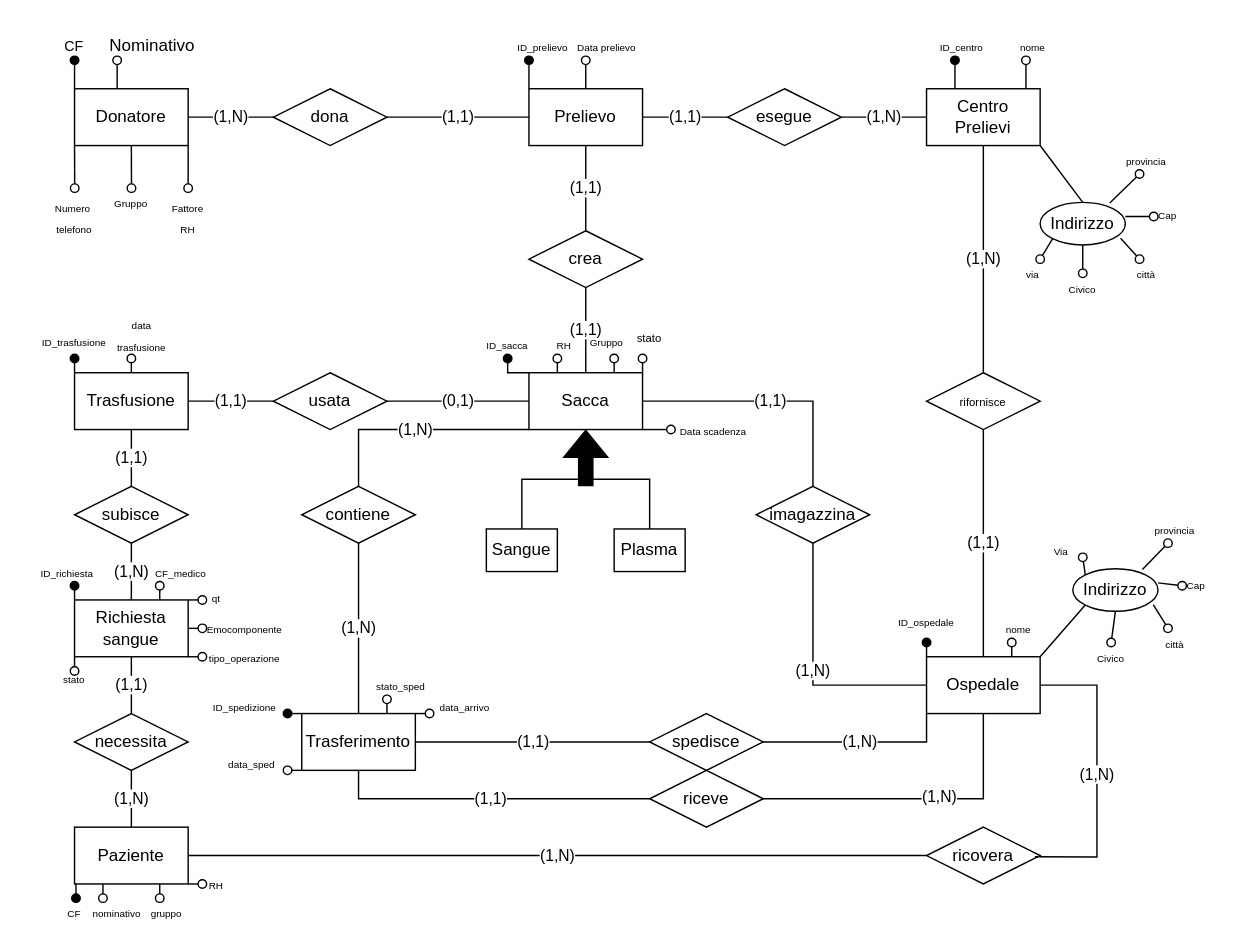
This is BancaDelSangue.drawio from giovanniveronese07-del/ProgettoBasiDiDati, a draw.io file, before an edit. Source tidied: cells renumbered, new cells numbered last; positions are measured from the earlier drawing's top-left corner, leaving out a move shared by most shapes. Both pictures are drawn from the tidied source at 142%, with x=0, y=0 at pixel (24, 24).
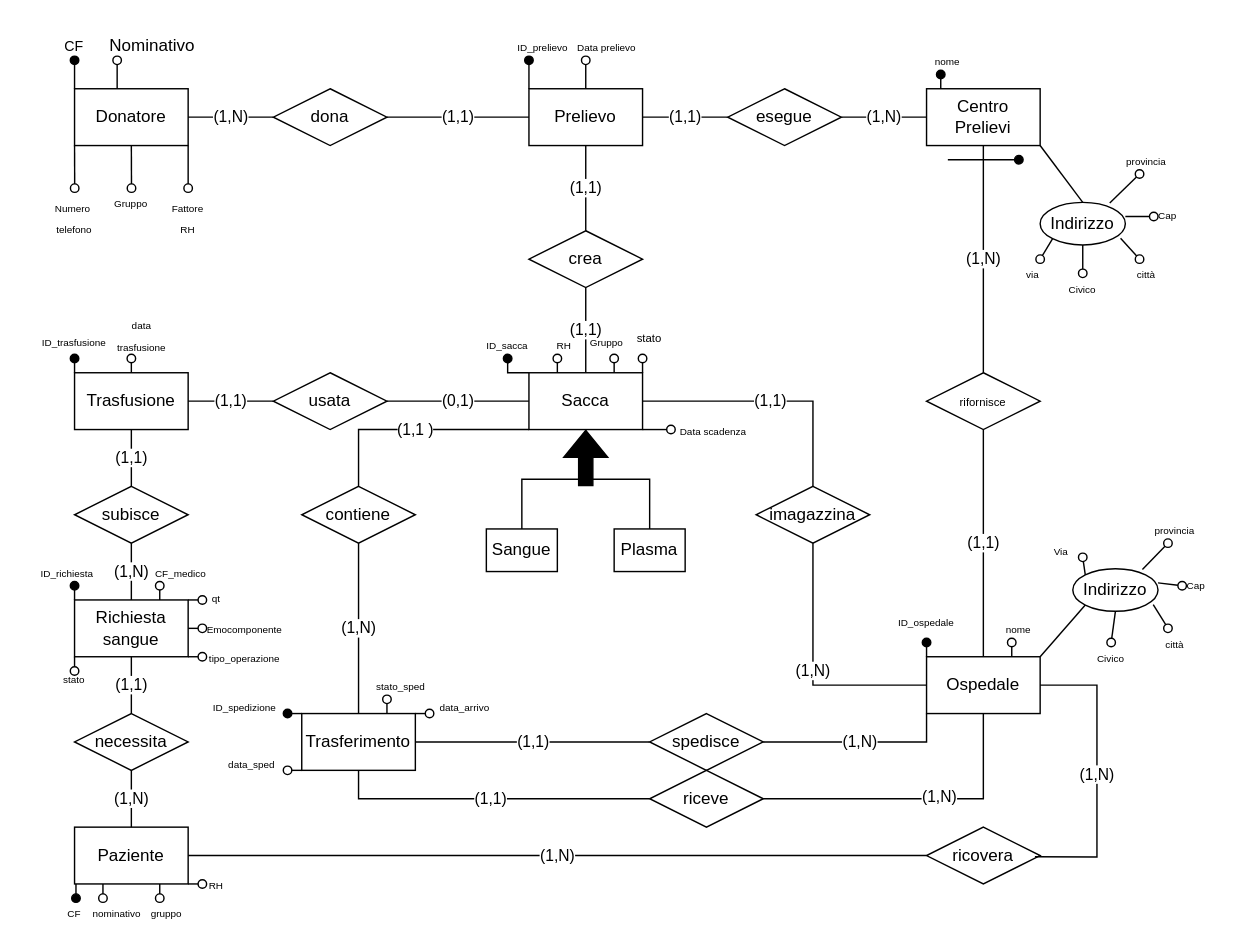
The same page after the edit.

Unchanged cells that the change refers to:
```xml
<mxCell id="6" value="contiene" style="rhombus;whiteSpace=wrap;html=1;" parent="1" vertex="1">
  <mxGeometry x="195" y="325" width="80" height="40" as="geometry" />
</mxCell>
<mxCell id="10" value="Centro&lt;div&gt;Prelievi&lt;/div&gt;" style="rounded=0;whiteSpace=wrap;html=1;" parent="1" vertex="1">
  <mxGeometry x="635" y="45" width="80" height="40" as="geometry" />
</mxCell>
<mxCell id="58" value="Sacca" style="rounded=0;whiteSpace=wrap;html=1;" parent="54" vertex="1">
  <mxGeometry x="30" width="80" height="40" as="geometry" />
</mxCell>
```

The edit, as a diff of the source:
```diff
@@
-    <mxCell id="31" value="(1,N)" style="endArrow=none;html=1;rounded=0;exitX=0;exitY=1;exitDx=0;exitDy=0;entryX=0.5;entryY=0;entryDx=0;entryDy=0;" parent="1" edge="1" source="58" target="6">
+    <mxCell id="31" value="(1,1 )" style="endArrow=none;html=1;rounded=0;exitX=0;exitY=1;exitDx=0;exitDy=0;entryX=0.5;entryY=0;entryDx=0;entryDy=0;" parent="1" edge="1" source="58" target="6">
       <mxGeometry relative="1" as="geometry">
         <Array as="points">
           <mxPoint x="235" y="285" />
         </Array>
       </mxGeometry>
     </mxCell>
@@
-    <mxCell id="100" style="endArrow=oval;html=1;rounded=0;exitX=0.25;exitY=0;exitDx=0;exitDy=0;endFill=1;" parent="1" edge="1" source="10">
-      <mxGeometry relative="1" as="geometry">
-        <mxPoint x="655" y="25" as="targetPoint" />
-      </mxGeometry>
-    </mxCell>
-    <mxCell id="101" value="&lt;font style=&quot;font-size: 7px;&quot;&gt;ID_centro&lt;/font&gt;" style="text;html=1;whiteSpace=wrap;strokeColor=none;fillColor=none;align=center;verticalAlign=middle;rounded=0;" parent="1" vertex="1">
-      <mxGeometry x="645" y="10" width="30" height="10" as="geometry" />
-    </mxCell>
-    <mxCell id="102" style="endArrow=oval;html=1;rounded=0;endFill=0;" parent="1" edge="1">
+    <mxCell id="102" style="endArrow=oval;html=1;rounded=0;endFill=1;exitX=0.125;exitY=0;exitDx=0;exitDy=0;exitPerimeter=0;" parent="1" edge="1" source="10">
       <mxGeometry relative="1" as="geometry">
-        <mxPoint x="705" y="45" as="sourcePoint" />
-        <mxPoint x="705" y="25" as="targetPoint" />
+        <mxPoint x="645" y="35" as="targetPoint" />
       </mxGeometry>
     </mxCell>
     <mxCell id="103" value="&lt;font style=&quot;font-size: 7px;&quot;&gt;nome&lt;/font&gt;" style="text;html=1;whiteSpace=wrap;strokeColor=none;fillColor=none;align=center;verticalAlign=middle;rounded=0;" parent="1" vertex="1">
-      <mxGeometry x="685" y="5" width="50" height="20" as="geometry" />
+      <mxGeometry x="625" y="15" width="50" height="20" as="geometry" />
     </mxCell>
@@
+    <mxCell id="144" style="endArrow=oval;html=1;rounded=0;endFill=1;" parent="1" edge="1">
+      <mxGeometry relative="1" as="geometry">
+        <mxPoint x="650" y="95" as="sourcePoint" />
+        <mxPoint x="700" y="95" as="targetPoint" />
+      </mxGeometry>
+    </mxCell>
```
